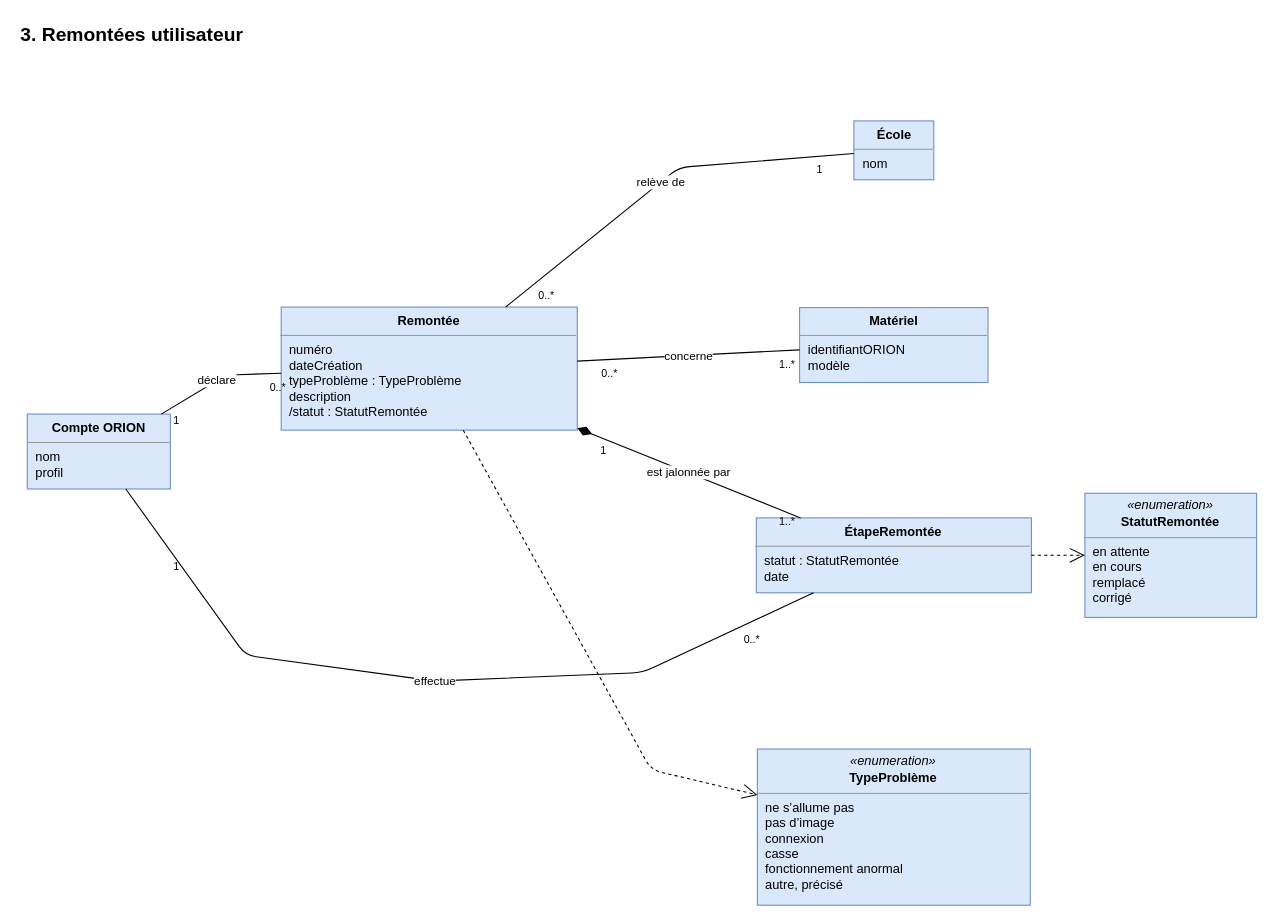
bpierrelouis/aster keeps this draw.io diagram as page "Remontées utilisateur" (3 of 5) of docs/02-ANALYSE/02-CAPTURE-DES-BESOINS/09-DIAGRAMME-CLASSES-METIER.drawio. Above is the earlier version. Source tidied: cells renumbered, new cells numbered last; positions are measured from the earlier drawing's top-left corner, leaving out a move shared by most shapes. Both pictures are drawn from the tidied source at 107%, with x=0, y=0 at pixel (18, 18).
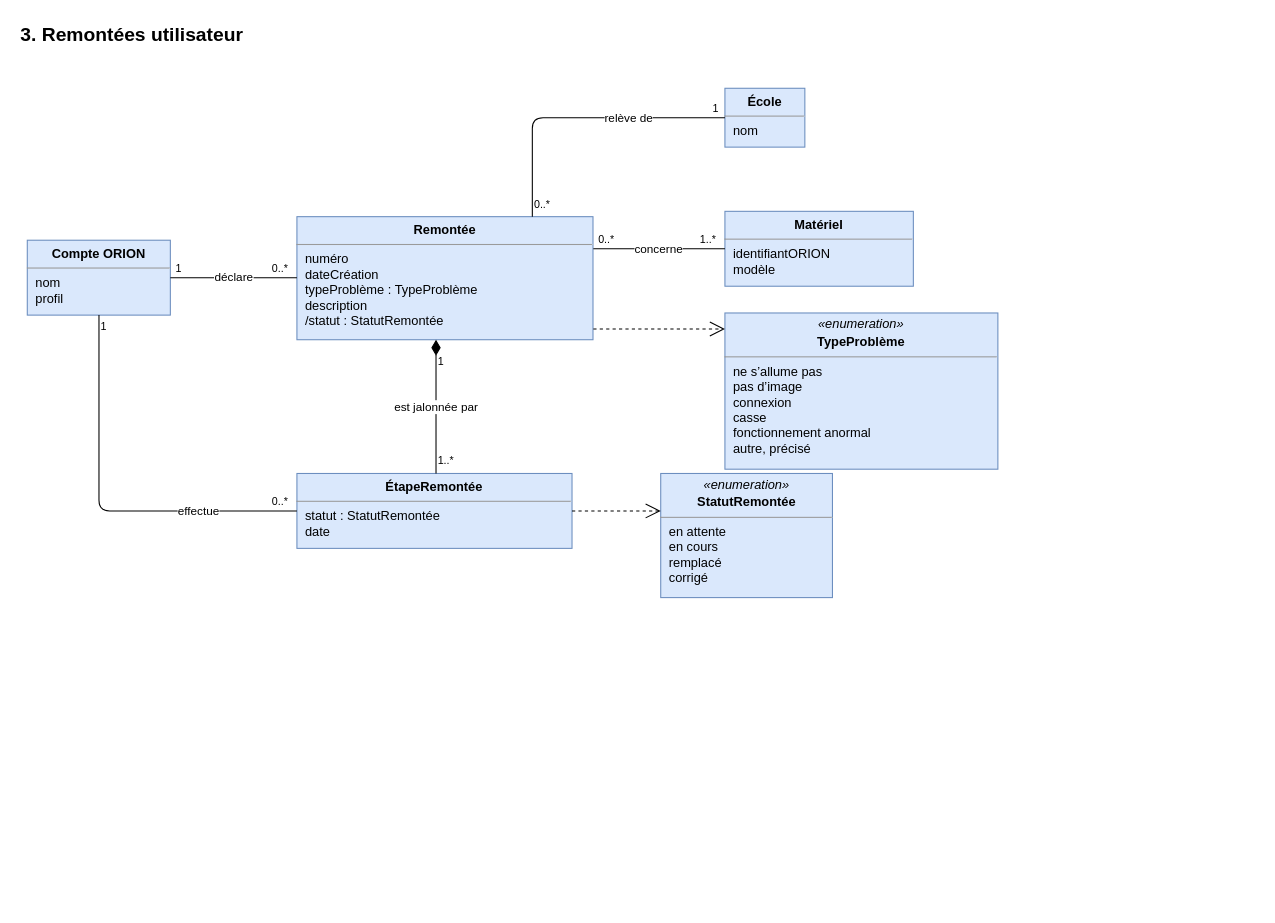
Above is the later version.

The edit, as a diff of the source:
```diff
@@
     <mxCell id="3" value="&lt;p style=&quot;margin:0;margin-top:6px;text-align:center;&quot;&gt;&lt;b&gt;Compte ORION&lt;/b&gt;&lt;/p&gt;&lt;hr size=&quot;1&quot;/&gt;&lt;p style=&quot;margin:0;margin-left:8px;&quot;&gt;nom&lt;br&gt;profil&lt;/p&gt;" style="verticalAlign=top;align=left;overflow=fill;html=1;whiteSpace=wrap;fontSize=12;fillColor=#dae8fc;strokeColor=#6c8ebf;" parent="1" vertex="1">
-      <mxGeometry x="8" y="369.5" width="133.7" height="70" as="geometry" />
+      <mxGeometry x="8" y="207" width="133.7" height="70" as="geometry" />
     </mxCell>
     <mxCell id="4" value="&lt;p style=&quot;margin:0;margin-top:6px;text-align:center;&quot;&gt;&lt;b&gt;École&lt;/b&gt;&lt;/p&gt;&lt;hr size=&quot;1&quot;/&gt;&lt;p style=&quot;margin:0;margin-left:8px;&quot;&gt;nom&lt;/p&gt;" style="verticalAlign=top;align=left;overflow=fill;html=1;whiteSpace=wrap;fontSize=12;fillColor=#dae8fc;strokeColor=#6c8ebf;" parent="1" vertex="1">
-      <mxGeometry x="780.5" y="95.5" width="74.7" height="55" as="geometry" />
+      <mxGeometry x="660" y="65" width="74.7" height="55" as="geometry" />
     </mxCell>
     <mxCell id="5" value="&lt;p style=&quot;margin:0;margin-top:6px;text-align:center;&quot;&gt;&lt;b&gt;Matériel&lt;/b&gt;&lt;/p&gt;&lt;hr size=&quot;1&quot;/&gt;&lt;p style=&quot;margin:0;margin-left:8px;&quot;&gt;identifiantORION&lt;br&gt;modèle&lt;/p&gt;" style="verticalAlign=top;align=left;overflow=fill;html=1;whiteSpace=wrap;fontSize=12;fillColor=#dae8fc;strokeColor=#6c8ebf;" parent="1" vertex="1">
-      <mxGeometry x="729.8" y="270" width="176.1" height="70" as="geometry" />
+      <mxGeometry x="660" y="180" width="176.1" height="70" as="geometry" />
     </mxCell>
     <mxCell id="6" value="&lt;p style=&quot;margin:0;margin-top:6px;text-align:center;&quot;&gt;&lt;b&gt;Remontée&lt;/b&gt;&lt;/p&gt;&lt;hr size=&quot;1&quot;/&gt;&lt;p style=&quot;margin:0;margin-left:8px;&quot;&gt;numéro&lt;br&gt;dateCréation&lt;br&gt;typeProblème : TypeProblème&lt;br&gt;description&lt;br&gt;/statut : StatutRemontée&lt;/p&gt;" style="verticalAlign=top;align=left;overflow=fill;html=1;whiteSpace=wrap;fontSize=12;fillColor=#dae8fc;strokeColor=#6c8ebf;" parent="1" vertex="1">
-      <mxGeometry x="245.3" y="269.5" width="276.7" height="115" as="geometry" />
+      <mxGeometry x="260" y="185" width="276.7" height="115" as="geometry" />
     </mxCell>
     <mxCell id="7" value="&lt;p style=&quot;margin:0;margin-top:6px;text-align:center;&quot;&gt;&lt;b&gt;ÉtapeRemontée&lt;/b&gt;&lt;/p&gt;&lt;hr size=&quot;1&quot;/&gt;&lt;p style=&quot;margin:0;margin-left:8px;&quot;&gt;statut : StatutRemontée&lt;br&gt;date&lt;/p&gt;" style="verticalAlign=top;align=left;overflow=fill;html=1;whiteSpace=wrap;fontSize=12;fillColor=#dae8fc;strokeColor=#6c8ebf;" parent="1" vertex="1">
-      <mxGeometry x="689.3" y="466.5" width="257.1" height="70" as="geometry" />
+      <mxGeometry x="260" y="425" width="257.1" height="70" as="geometry" />
     </mxCell>
     <mxCell id="8" value="&lt;p style=&quot;margin:0;margin-top:4px;text-align:center;&quot;&gt;&lt;i&gt;«enumeration»&lt;/i&gt;&lt;/p&gt;&lt;p style=&quot;margin:0;margin-top:2px;text-align:center;&quot;&gt;&lt;b&gt;TypeProblème&lt;/b&gt;&lt;/p&gt;&lt;hr size=&quot;1&quot;/&gt;&lt;p style=&quot;margin:0;margin-left:8px;&quot;&gt;ne s’allume pas&lt;br&gt;pas d’image&lt;br&gt;connexion&lt;br&gt;casse&lt;br&gt;fonctionnement anormal&lt;br&gt;autre, précisé&lt;/p&gt;" style="verticalAlign=top;align=left;overflow=fill;html=1;whiteSpace=wrap;fontSize=12;fillColor=#dae8fc;strokeColor=#6c8ebf;" parent="1" vertex="1">
-      <mxGeometry x="690.3" y="682.5" width="255.1" height="146" as="geometry" />
+      <mxGeometry x="660" y="275" width="255.1" height="146" as="geometry" />
     </mxCell>
     <mxCell id="9" value="&lt;p style=&quot;margin:0;margin-top:4px;text-align:center;&quot;&gt;&lt;i&gt;«enumeration»&lt;/i&gt;&lt;/p&gt;&lt;p style=&quot;margin:0;margin-top:2px;text-align:center;&quot;&gt;&lt;b&gt;StatutRemontée&lt;/b&gt;&lt;/p&gt;&lt;hr size=&quot;1&quot;/&gt;&lt;p style=&quot;margin:0;margin-left:8px;&quot;&gt;en attente&lt;br&gt;en cours&lt;br&gt;remplacé&lt;br&gt;corrigé&lt;/p&gt;" style="verticalAlign=top;align=left;overflow=fill;html=1;whiteSpace=wrap;fontSize=12;fillColor=#dae8fc;strokeColor=#6c8ebf;" parent="1" vertex="1">
-      <mxGeometry x="996.4" y="443.5" width="160.5" height="116" as="geometry" />
+      <mxGeometry x="600" y="425" width="160.5" height="116" as="geometry" />
     </mxCell>
-    <mxCell id="10" value="déclare" style="html=1;rounded=0;fontSize=11;labelBackgroundColor=#ffffff;endArrow=none;startArrow=none;rounded=1;" parent="1" edge="1" source="3" target="6">
-      <mxGeometry relative="1" as="geometry">
-        <Array as="points">
-          <mxPoint x="194" y="333" />
-        </Array>
-      </mxGeometry>
+    <mxCell id="10" value="déclare" style="html=1;rounded=0;fontSize=11;labelBackgroundColor=#ffffff;endArrow=none;startArrow=none;rounded=1;exitX=1.0;exitY=0.5;exitDx=0;exitDy=0;exitPerimeter=0;entryX=0.0;entryY=0.4957;entryDx=0;entryDy=0;entryPerimeter=0;" parent="1" edge="1" source="3" target="6">
+      <mxGeometry relative="1" as="geometry" />
     </mxCell>
     <mxCell id="11" value="1" style="edgeLabel;html=1;fontSize=10;labelBackgroundColor=none;" parent="10" vertex="1">
-      <mxGeometry x="-0.8" relative="1" as="geometry" />
+      <mxGeometry x="-1" relative="1" as="geometry">
+        <mxPoint x="3" y="-21" as="offset" />
+      </mxGeometry>
     </mxCell>
     <mxCell id="12" value="0..*" style="edgeLabel;html=1;fontSize=10;labelBackgroundColor=none;" parent="10" vertex="1">
-      <mxGeometry x="0.8" relative="1" as="geometry" />
+      <mxGeometry x="1" relative="1" as="geometry">
+        <mxPoint x="-24.6" y="-21" as="offset" />
+      </mxGeometry>
     </mxCell>
-    <mxCell id="13" value="relève de" style="html=1;rounded=0;fontSize=11;labelBackgroundColor=#ffffff;endArrow=none;startArrow=none;rounded=1;" parent="1" edge="1" source="6" target="4">
-      <mxGeometry relative="1" as="geometry">
+    <mxCell id="13" value="relève de" style="html=1;rounded=0;fontSize=11;labelBackgroundColor=#ffffff;endArrow=none;startArrow=none;rounded=1;exitX=0.7951;exitY=0.0;exitDx=0;exitDy=0;exitPerimeter=0;entryX=0.0;entryY=0.5;entryDx=0;entryDy=0;entryPerimeter=0;" parent="1" edge="1" source="6" target="4">
+      <mxGeometry x="0.34" relative="1" as="geometry">
         <Array as="points">
-          <mxPoint x="617" y="139" />
+          <mxPoint x="480" y="92.5" />
         </Array>
       </mxGeometry>
     </mxCell>
     <mxCell id="14" value="0..*" style="edgeLabel;html=1;fontSize=10;labelBackgroundColor=none;" parent="13" vertex="1">
-      <mxGeometry x="-0.8" relative="1" as="geometry" />
+      <mxGeometry x="-1" relative="1" as="geometry">
+        <mxPoint y="-24" as="offset" />
+      </mxGeometry>
     </mxCell>
     <mxCell id="15" value="1" style="edgeLabel;html=1;fontSize=10;labelBackgroundColor=none;" parent="13" vertex="1">
-      <mxGeometry x="0.8" relative="1" as="geometry" />
+      <mxGeometry x="1" relative="1" as="geometry">
+        <mxPoint x="-13" y="-21" as="offset" />
+      </mxGeometry>
     </mxCell>
-    <mxCell id="16" value="concerne" style="html=1;rounded=0;fontSize=11;labelBackgroundColor=#ffffff;endArrow=none;startArrow=none;rounded=1;" parent="1" edge="1" source="6" target="5">
+    <mxCell id="16" value="concerne" style="html=1;rounded=0;fontSize=11;labelBackgroundColor=#ffffff;endArrow=none;startArrow=none;rounded=1;exitX=1.0011;exitY=0.2609;exitDx=0;exitDy=0;exitPerimeter=0;entryX=0.0;entryY=0.5;entryDx=0;entryDy=0;entryPerimeter=0;" parent="1" edge="1" source="6" target="5">
       <mxGeometry relative="1" as="geometry" />
     </mxCell>
     <mxCell id="17" value="0..*" style="edgeLabel;html=1;fontSize=10;labelBackgroundColor=none;" parent="16" vertex="1">
-      <mxGeometry x="-0.8" relative="1" as="geometry" />
+      <mxGeometry x="-1" relative="1" as="geometry">
+        <mxPoint x="3" y="-21" as="offset" />
+      </mxGeometry>
     </mxCell>
     <mxCell id="18" value="1..*" style="edgeLabel;html=1;fontSize=10;labelBackgroundColor=none;" parent="16" vertex="1">
-      <mxGeometry x="0.8" relative="1" as="geometry" />
+      <mxGeometry x="1" relative="1" as="geometry">
+        <mxPoint x="-24.6" y="-21" as="offset" />
+      </mxGeometry>
     </mxCell>
-    <mxCell id="19" value="est jalonnée par" style="html=1;rounded=0;fontSize=11;labelBackgroundColor=#ffffff;endArrow=none;startArrow=diamondThin;startFill=1;startSize=12;rounded=1;" parent="1" edge="1" source="6" target="7">
+    <mxCell id="19" value="est jalonnée par" style="html=1;rounded=0;fontSize=11;labelBackgroundColor=#ffffff;endArrow=none;startArrow=diamondThin;startFill=1;startSize=12;rounded=1;exitX=0.4698;exitY=1.0;exitDx=0;exitDy=0;exitPerimeter=0;entryX=0.5056;entryY=0.0;entryDx=0;entryDy=0;entryPerimeter=0;" parent="1" edge="1" source="6" target="7">
       <mxGeometry relative="1" as="geometry" />
     </mxCell>
     <mxCell id="20" value="1" style="edgeLabel;html=1;fontSize=10;labelBackgroundColor=none;" parent="19" vertex="1">
-      <mxGeometry x="-0.8" relative="1" as="geometry" />
+      <mxGeometry x="-1" relative="1" as="geometry">
+        <mxPoint y="8" as="offset" />
+      </mxGeometry>
     </mxCell>
     <mxCell id="21" value="1..*" style="edgeLabel;html=1;fontSize=10;labelBackgroundColor=none;" parent="19" vertex="1">
-      <mxGeometry x="0.8" relative="1" as="geometry" />
+      <mxGeometry x="1" relative="1" as="geometry">
+        <mxPoint y="-24" as="offset" />
+      </mxGeometry>
     </mxCell>
-    <mxCell id="22" value="effectue" style="html=1;rounded=0;fontSize=11;labelBackgroundColor=#ffffff;endArrow=none;startArrow=none;rounded=1;" parent="1" edge="1" source="3" target="7">
-      <mxGeometry relative="1" as="geometry">
+    <mxCell id="22" value="effectue" style="html=1;rounded=0;fontSize=11;labelBackgroundColor=#ffffff;endArrow=none;startArrow=none;rounded=1;exitX=0.5011;exitY=1.0;exitDx=0;exitDy=0;exitPerimeter=0;entryX=0.0;entryY=0.5;entryDx=0;entryDy=0;entryPerimeter=0;" parent="1" edge="1" source="3" target="7">
+      <mxGeometry x="0.5" relative="1" as="geometry">
         <Array as="points">
-          <mxPoint x="212" y="595" />
-          <mxPoint x="389" y="619" />
-          <mxPoint x="583" y="611" />
+          <mxPoint x="75" y="460" />
         </Array>
       </mxGeometry>
     </mxCell>
     <mxCell id="23" value="1" style="edgeLabel;html=1;fontSize=10;labelBackgroundColor=none;" parent="22" vertex="1">
-      <mxGeometry x="-0.8" relative="1" as="geometry" />
+      <mxGeometry x="-1" relative="1" as="geometry">
+        <mxPoint y="-2" as="offset" />
+      </mxGeometry>
     </mxCell>
     <mxCell id="24" value="0..*" style="edgeLabel;html=1;fontSize=10;labelBackgroundColor=none;" parent="22" vertex="1">
-      <mxGeometry x="0.8" relative="1" as="geometry" />
+      <mxGeometry x="1" relative="1" as="geometry">
+        <mxPoint x="-24.6" y="-21" as="offset" />
+      </mxGeometry>
     </mxCell>
-    <mxCell id="25" style="html=1;rounded=0;fontSize=11;labelBackgroundColor=#ffffff;endArrow=open;endFill=0;endSize=12;startArrow=none;dashed=1;rounded=1;" parent="1" edge="1" source="6" target="8">
-      <mxGeometry relative="1" as="geometry">
-        <Array as="points">
-          <mxPoint x="591" y="702" />
-        </Array>
-      </mxGeometry>
+    <mxCell id="25" style="html=1;rounded=0;fontSize=11;labelBackgroundColor=#ffffff;endArrow=open;endFill=0;endSize=12;startArrow=none;dashed=1;rounded=1;exitX=1.0011;exitY=0.913;exitDx=0;exitDy=0;exitPerimeter=0;entryX=0.0;entryY=0.1027;entryDx=0;entryDy=0;entryPerimeter=0;" parent="1" edge="1" source="6" target="8">
+      <mxGeometry relative="1" as="geometry" />
     </mxCell>
-    <mxCell id="26" style="html=1;rounded=0;fontSize=11;labelBackgroundColor=#ffffff;endArrow=open;endFill=0;endSize=12;startArrow=none;dashed=1;rounded=1;" parent="1" edge="1" source="7" target="9">
+    <mxCell id="26" style="html=1;rounded=0;fontSize=11;labelBackgroundColor=#ffffff;endArrow=open;endFill=0;endSize=12;startArrow=none;dashed=1;rounded=1;exitX=1.0;exitY=0.5;exitDx=0;exitDy=0;exitPerimeter=0;entryX=0.0;entryY=0.3017;entryDx=0;entryDy=0;entryPerimeter=0;" parent="1" edge="1" source="7" target="9">
       <mxGeometry relative="1" as="geometry" />
     </mxCell>
```
